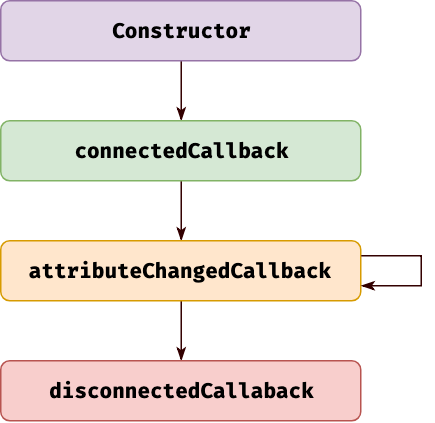
This is get-hyper-excited-for-web-standards/assets/CE-lifecycle.png from jiayihu/talks, a draw.io export, as it was before one commit. Source tidied: cells renumbered, new cells last; positions are measured from the earlier drawing's top-left corner, leaving out a move shared by most shapes.
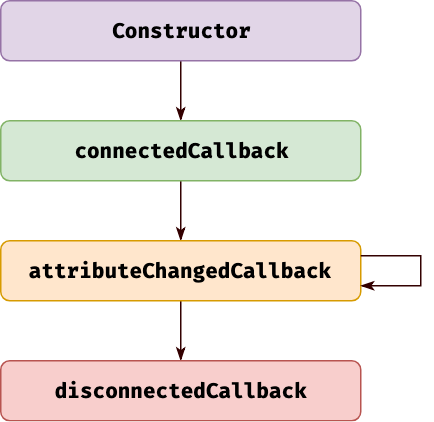
The same diagram one commit later.

Commit message:
feat(hyper): minor improvements for Codemotion

What changed in the source:
```diff
@@ -20,7 +20,7 @@
     <mxCell id="7" value="attributeChangedCallback" style="rounded=1;whiteSpace=wrap;html=1;fillColor=#ffe6cc;strokeColor=#d79b00;fontSize=14;fontStyle=1;fontFamily=Fira Code;" parent="1" vertex="1">
       <mxGeometry y="160" width="240" height="40" as="geometry" />
     </mxCell>
-    <mxCell id="8" value="disconnectedCallaback" style="rounded=1;whiteSpace=wrap;html=1;fillColor=#f8cecc;strokeColor=#b85450;fontSize=14;fontStyle=1;fontFamily=Fira Code;" parent="1" vertex="1">
+    <mxCell id="8" value="disconnectedCallback" style="rounded=1;whiteSpace=wrap;html=1;fillColor=#f8cecc;strokeColor=#b85450;fontSize=14;fontStyle=1;fontFamily=Fira Code;" parent="1" vertex="1">
       <mxGeometry y="240" width="240" height="40" as="geometry" />
     </mxCell>
     <mxCell id="9" style="edgeStyle=orthogonalEdgeStyle;rounded=0;orthogonalLoop=1;jettySize=auto;html=1;exitX=1;exitY=0.25;exitDx=0;exitDy=0;entryX=1;entryY=0.75;entryDx=0;entryDy=0;endArrow=classicThin;endFill=1;strokeColor=#330000;fontSize=14;" parent="1" edge="1" source="7" target="7">
```
